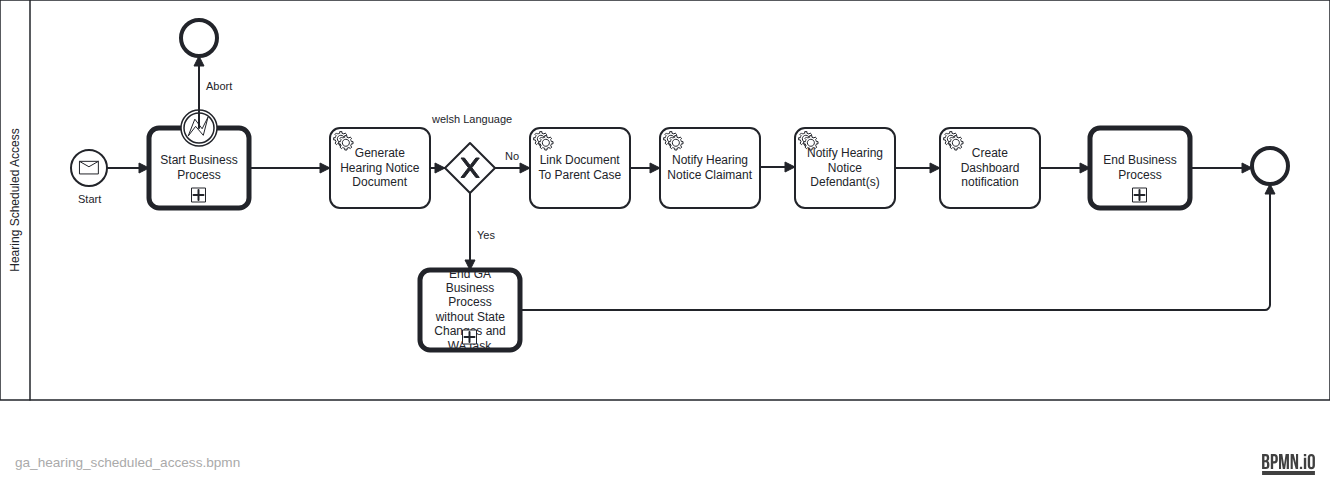
hmcts/civil-service keeps this BPMN diagram as docs/bpmn-diagrams/ga_hearing_scheduled_access.png. Above is the earlier version. Its source is kept beside it as src/main/resources/camunda/ga_hearing_scheduled_access.bpmn. Ids are renumbered.
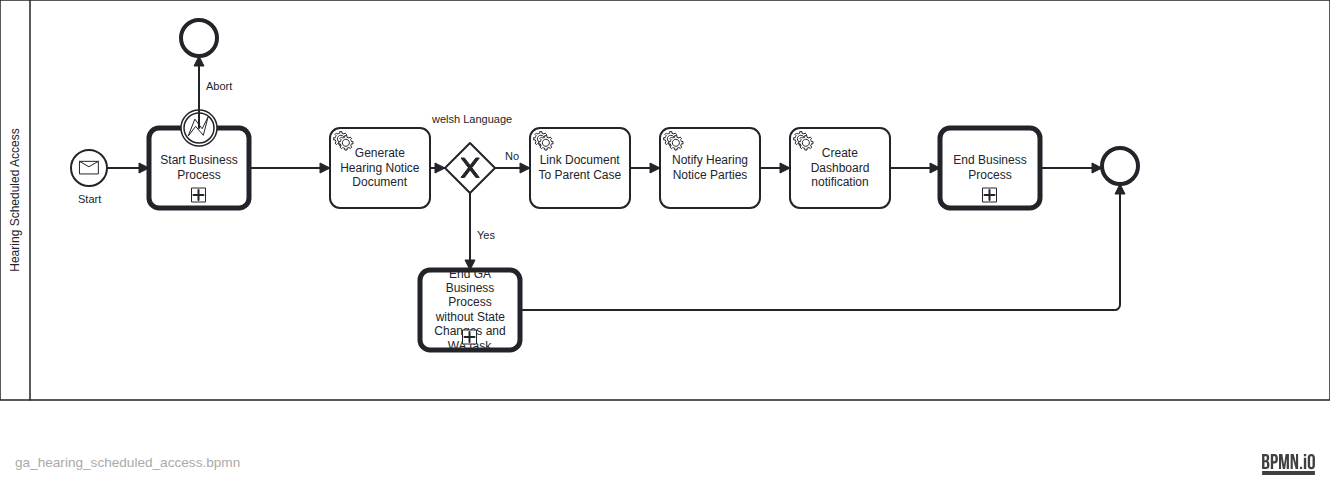
After the commit.

Change to the diagram source:
```diff
@@ -28,24 +28,14 @@
       <bpmn:outgoing>Flow_n9</bpmn:outgoing>
       <bpmn:outgoing>Flow_n10</bpmn:outgoing>
     </bpmn:callActivity>
-    <bpmn:serviceTask id="NotifyHearingNoticeDefendant" name="Notify Hearing Notice Defendant(s)" camunda:type="external" camunda:topic="processExternalCaseEventGASpec">
-      <bpmn:extensionElements>
-        <camunda:inputOutput>
-          <camunda:inputParameter name="caseEvent">NOTIFY_HEARING_NOTICE_DEFENDANT</camunda:inputParameter>
-        </camunda:inputOutput>
-      </bpmn:extensionElements>
-      <bpmn:incoming>Flow_n13</bpmn:incoming>
-      <bpmn:outgoing>Flow_n14</bpmn:outgoing>
-    </bpmn:serviceTask>
     <bpmn:boundaryEvent id="Event_n15" name="Abort" attachedToRef="Activity_n12">
       <bpmn:errorEventDefinition id="ErrorEventDefinition_n16" />
     </bpmn:boundaryEvent>
     <bpmn:sequenceFlow id="Flow_n5" sourceRef="Event_n4" targetRef="Activity_n12" />
     <bpmn:sequenceFlow id="Flow_n9" sourceRef="Activity_n12" targetRef="Event_n8" />
     <bpmn:sequenceFlow id="Flow_n10" sourceRef="Activity_n12" targetRef="GenerateHearingNoticeDocument" />
-    <bpmn:sequenceFlow id="Flow_n17" sourceRef="LinkDocumentToParentCase" targetRef="NotifyHearingNoticeClaimant" />
-    <bpmn:sequenceFlow id="Flow_n13" sourceRef="NotifyHearingNoticeClaimant" targetRef="NotifyHearingNoticeDefendant" />
-    <bpmn:sequenceFlow id="Flow_n14" sourceRef="NotifyHearingNoticeDefendant" targetRef="GenerateDashboardNotificationsGaMakeDecision" />
+    <bpmn:sequenceFlow id="Flow_n17" sourceRef="LinkDocumentToParentCase" targetRef="NotifyGaHearingScheduled" />
+    <bpmn:sequenceFlow id="Flow_n14" sourceRef="NotifyGaHearingScheduled" targetRef="GenerateDashboardNotificationsGaMakeDecision" />
     <bpmn:sequenceFlow id="Flow_n18" sourceRef="Activity_n19" targetRef="Event_n20" />
     <bpmn:sequenceFlow id="Flow_n11" sourceRef="GenerateHearingNoticeDocument" targetRef="Gateway_n21" />
     <bpmn:exclusiveGateway id="Gateway_n21" name="welsh Language">
@@ -76,14 +66,14 @@
       <bpmn:incoming>Flow_n22</bpmn:incoming>
       <bpmn:outgoing>Flow_n17</bpmn:outgoing>
     </bpmn:serviceTask>
-    <bpmn:serviceTask id="NotifyHearingNoticeClaimant" name="Notify Hearing Notice Claimant" camunda:type="external" camunda:topic="processExternalCaseEventGASpec">
+    <bpmn:serviceTask id="NotifyGaHearingScheduled" name="Notify Hearing Notice Parties" camunda:type="external" camunda:topic="processExternalCaseEventGASpec">
       <bpmn:extensionElements>
         <camunda:inputOutput>
-          <camunda:inputParameter name="caseEvent">NOTIFY_HEARING_NOTICE_CLAIMANT</camunda:inputParameter>
+          <camunda:inputParameter name="caseEvent">NOTIFY_EVENT</camunda:inputParameter>
         </camunda:inputOutput>
       </bpmn:extensionElements>
       <bpmn:incoming>Flow_n17</bpmn:incoming>
-      <bpmn:outgoing>Flow_n13</bpmn:outgoing>
+      <bpmn:outgoing>Flow_n14</bpmn:outgoing>
     </bpmn:serviceTask>
     <bpmn:sequenceFlow id="Flow_n26" sourceRef="GenerateDashboardNotificationsGaMakeDecision" targetRef="Activity_n19" />
     <bpmn:serviceTask id="GenerateDashboardNotificationsGaMakeDecision" name="Create Dashboard notification" camunda:type="external" camunda:topic="gaDashboardNotifications">
@@ -131,10 +121,6 @@
       <bpmndi:BPMNShape id="Activity_n12_di" bpmnElement="Activity_n12">
         <dc:Bounds x="309" y="238" width="100" height="80" />
       </bpmndi:BPMNShape>
-      <bpmndi:BPMNShape id="BPMNShape_n28" bpmnElement="NotifyHearingNoticeDefendant">
-        <dc:Bounds x="955" y="238" width="100" height="80" />
-        <bpmndi:BPMNLabel />
-      </bpmndi:BPMNShape>
       <bpmndi:BPMNShape id="Gateway_n21_di" bpmnElement="Gateway_n21" isMarkerVisible="true">
         <dc:Bounds x="605" y="253" width="50" height="50" />
         <bpmndi:BPMNLabel>
@@ -149,19 +135,19 @@
         <dc:Bounds x="690" y="238" width="100" height="80" />
         <bpmndi:BPMNLabel />
       </bpmndi:BPMNShape>
-      <bpmndi:BPMNShape id="Activity_02izv88_di" bpmnElement="NotifyHearingNoticeClaimant">
+      <bpmndi:BPMNShape id="Activity_02izv88_di" bpmnElement="NotifyGaHearingScheduled">
         <dc:Bounds x="820" y="238" width="100" height="80" />
         <bpmndi:BPMNLabel />
       </bpmndi:BPMNShape>
       <bpmndi:BPMNShape id="Activity_1vqp3lv_di" bpmnElement="GenerateDashboardNotificationsGaMakeDecision">
-        <dc:Bounds x="1100" y="238" width="100" height="80" />
+        <dc:Bounds x="950" y="238" width="100" height="80" />
         <bpmndi:BPMNLabel />
       </bpmndi:BPMNShape>
       <bpmndi:BPMNShape id="Activity_n19_di" bpmnElement="Activity_n19">
-        <dc:Bounds x="1250" y="238" width="100" height="80" />
+        <dc:Bounds x="1100" y="238" width="100" height="80" />
       </bpmndi:BPMNShape>
       <bpmndi:BPMNShape id="Event_n20_di" bpmnElement="Event_n20">
-        <dc:Bounds x="1412" y="258" width="36" height="36" />
+        <dc:Bounds x="1262" y="258" width="36" height="36" />
       </bpmndi:BPMNShape>
       <bpmndi:BPMNShape id="Event_n15_di" bpmnElement="Event_n15">
         <dc:Bounds x="341" y="220" width="36" height="36" />
@@ -185,17 +171,13 @@
         <di:waypoint x="790" y="278" />
         <di:waypoint x="820" y="278" />
       </bpmndi:BPMNEdge>
-      <bpmndi:BPMNEdge id="Flow_n13_di" bpmnElement="Flow_n13">
-        <di:waypoint x="920" y="277" />
-        <di:waypoint x="955" y="277" />
-      </bpmndi:BPMNEdge>
       <bpmndi:BPMNEdge id="Flow_n14_di" bpmnElement="Flow_n14">
-        <di:waypoint x="1055" y="278" />
-        <di:waypoint x="1100" y="278" />
+        <di:waypoint x="920" y="278" />
+        <di:waypoint x="950" y="278" />
       </bpmndi:BPMNEdge>
       <bpmndi:BPMNEdge id="Flow_n18_di" bpmnElement="Flow_n18">
-        <di:waypoint x="1350" y="278" />
-        <di:waypoint x="1412" y="278" />
+        <di:waypoint x="1200" y="278" />
+        <di:waypoint x="1262" y="278" />
       </bpmndi:BPMNEdge>
       <bpmndi:BPMNEdge id="Flow_n11_di" bpmnElement="Flow_n11">
         <di:waypoint x="590" y="278" />
@@ -217,12 +199,12 @@
       </bpmndi:BPMNEdge>
       <bpmndi:BPMNEdge id="Flow_n25_di" bpmnElement="Flow_n25">
         <di:waypoint x="680" y="420" />
-        <di:waypoint x="1430" y="420" />
-        <di:waypoint x="1430" y="294" />
+        <di:waypoint x="1280" y="420" />
+        <di:waypoint x="1280" y="294" />
       </bpmndi:BPMNEdge>
       <bpmndi:BPMNEdge id="Flow_n26_di" bpmnElement="Flow_n26">
-        <di:waypoint x="1200" y="278" />
-        <di:waypoint x="1250" y="278" />
+        <di:waypoint x="1050" y="278" />
+        <di:waypoint x="1100" y="278" />
       </bpmndi:BPMNEdge>
     </bpmndi:BPMNPlane>
   </bpmndi:BPMNDiagram>
```
